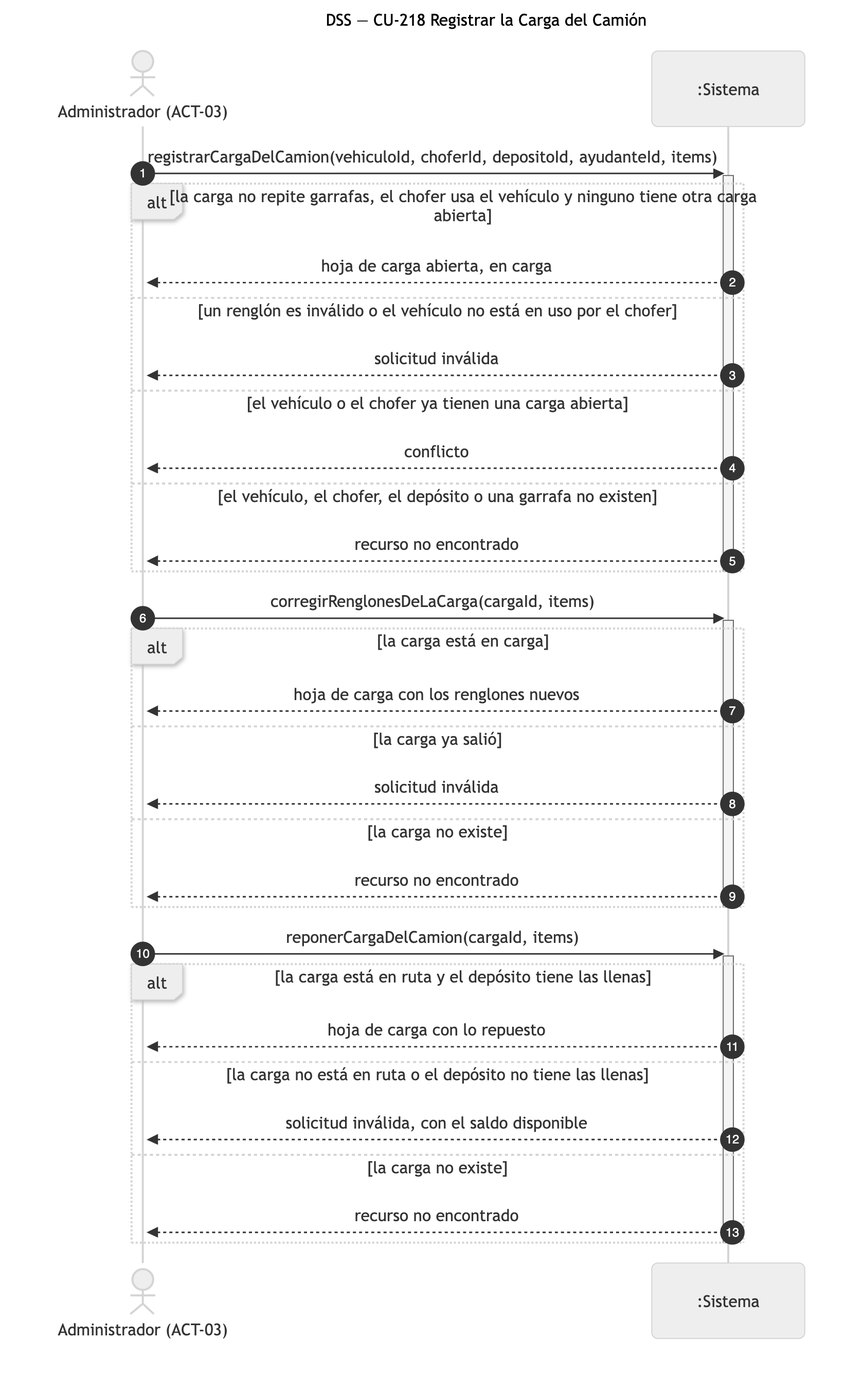
Above: diagramas/png/DSS_CU-218_Registrar-la-Carga-del-Camion.png in Nahuelito-Dev/splg-docs (Mermaid), before the change. Its source is kept beside it as diagramas/DSS_CU-218_Registrar-la-Carga-del-Camion.mmd.
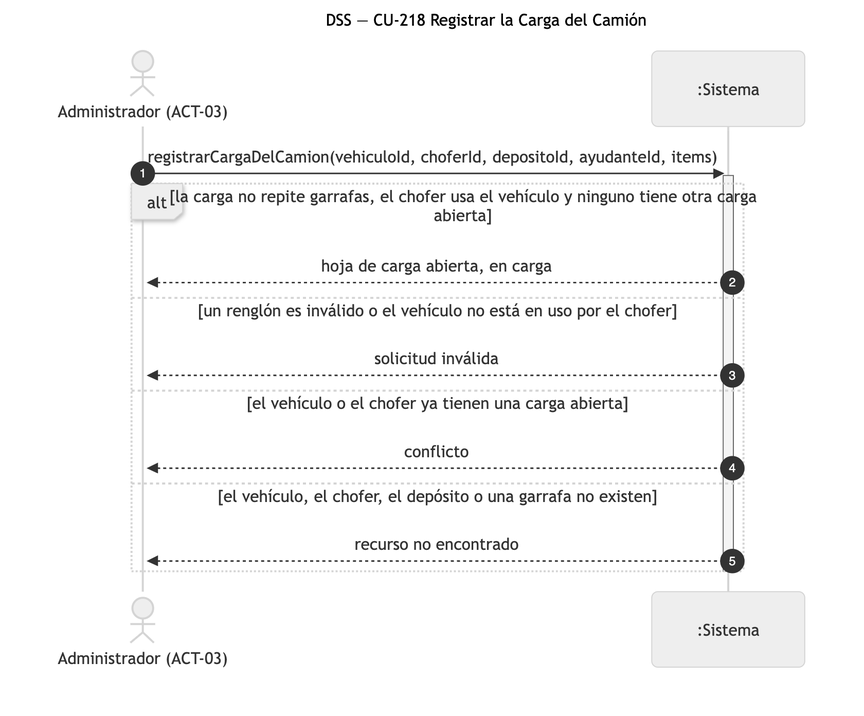
Later version of the same file.

Diff of the diagram source:
```diff
@@ -16,25 +16,3 @@
         SIS-->>ADM: recurso no encontrado
     end
     deactivate SIS
-
-    ADM->>SIS: corregirRenglonesDeLaCarga(cargaId, items)
-    activate SIS
-    alt la carga está en carga
-        SIS-->>ADM: hoja de carga con los renglones nuevos
-    else la carga ya salió
-        SIS-->>ADM: solicitud inválida
-    else la carga no existe
-        SIS-->>ADM: recurso no encontrado
-    end
-    deactivate SIS
-
-    ADM->>SIS: reponerCargaDelCamion(cargaId, items)
-    activate SIS
-    alt la carga está en ruta y el depósito tiene las llenas
-        SIS-->>ADM: hoja de carga con lo repuesto
-    else la carga no está en ruta o el depósito no tiene las llenas
-        SIS-->>ADM: solicitud inválida, con el saldo disponible
-    else la carga no existe
-        SIS-->>ADM: recurso no encontrado
-    end
-    deactivate SIS
```
